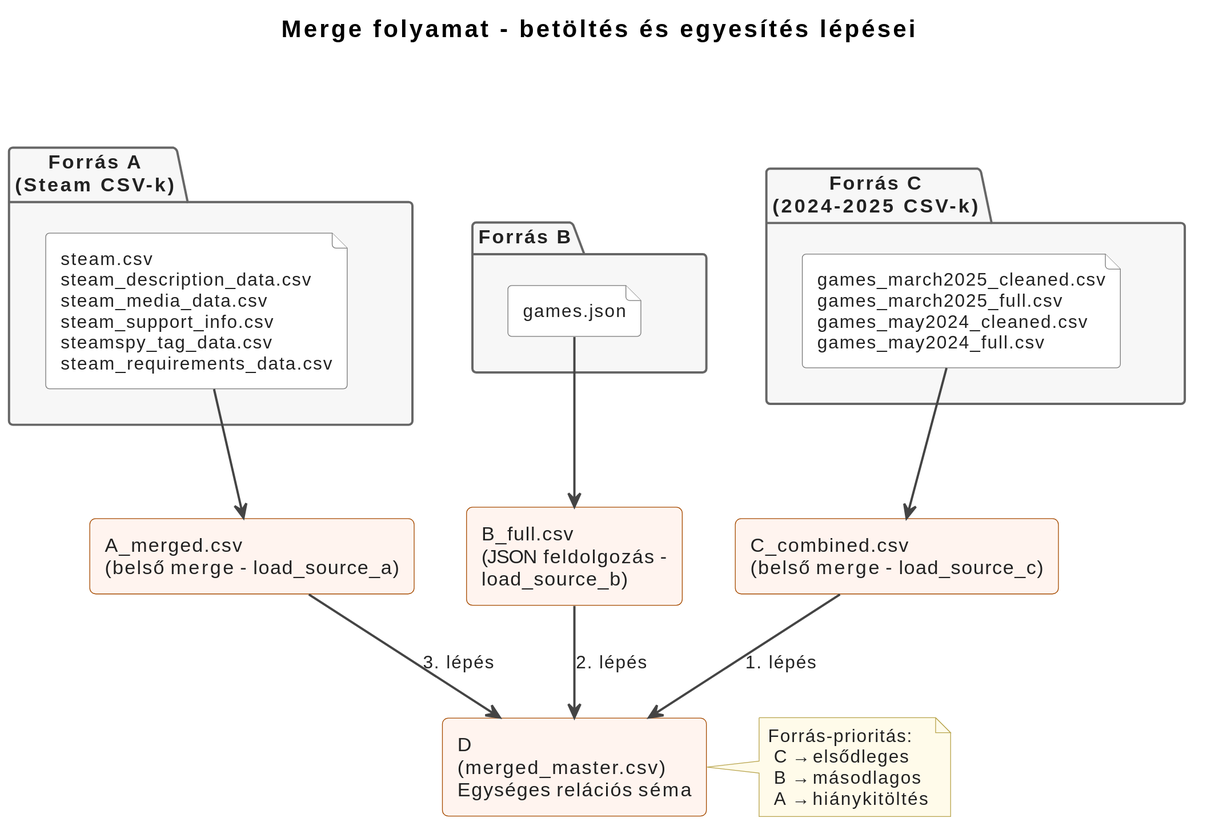
The PlantUML diagram doc/Merge_process_diagram/merge_folyamat.svg in Ddavid111/videogame-data-analysis, before a commit.
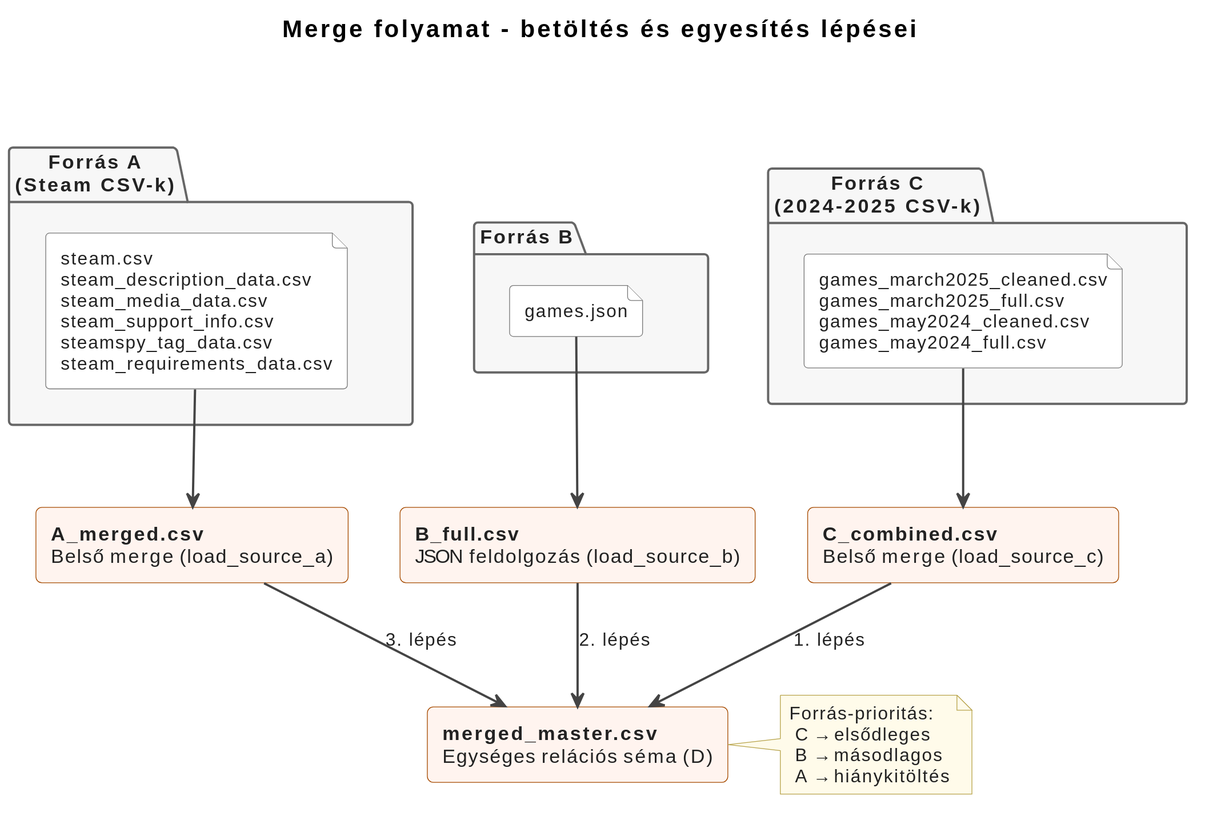
The same diagram one commit later.

What changed in the source:
```diff
@@ -63,9 +63,9 @@
 A -[hidden]right- B
 B -[hidden]right- C
 
-rectangle "A_merged.csv\n(belső merge - load_source_a)" as A_merged
-rectangle "B_full.csv\n(JSON feldolgozás - load_source_b)" as B_full
-rectangle "C_combined.csv\n(belső merge - load_source_c)" as C_combined
+rectangle "**A_merged.csv**\nBelső merge (load_source_a)" as A_merged
+rectangle "**B_full.csv**\nJSON feldolgozás (load_source_b)" as B_full
+rectangle "**C_combined.csv**\nBelső merge (load_source_c)" as C_combined
 
 A_files --> A_merged
 B_json --> B_full
@@ -74,7 +74,7 @@
 A_merged -[hidden]right- B_full
 B_full -[hidden]right- C_combined
 
-rectangle "D\n(merged_master.csv)\nEgységes relációs séma" as D
+rectangle "**merged_master.csv**\nEgységes relációs séma (D)" as D
 
 note right of D
 Forrás-prioritás:
```
